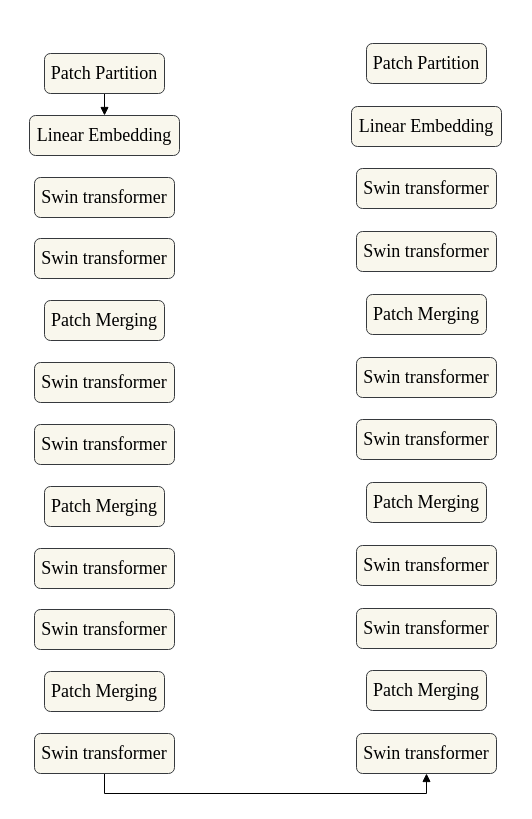
Earlier version of the draw.io diagram Untitled Diagram.drawio (qiuluyi/Remote-sensing). Source tidied: cells renumbered, new cells numbered last; positions are measured from the earlier drawing's top-left corner, leaving out a move shared by most shapes. Both pictures are drawn from the tidied source at 100%, with x=0, y=0 at pixel (29, 43).
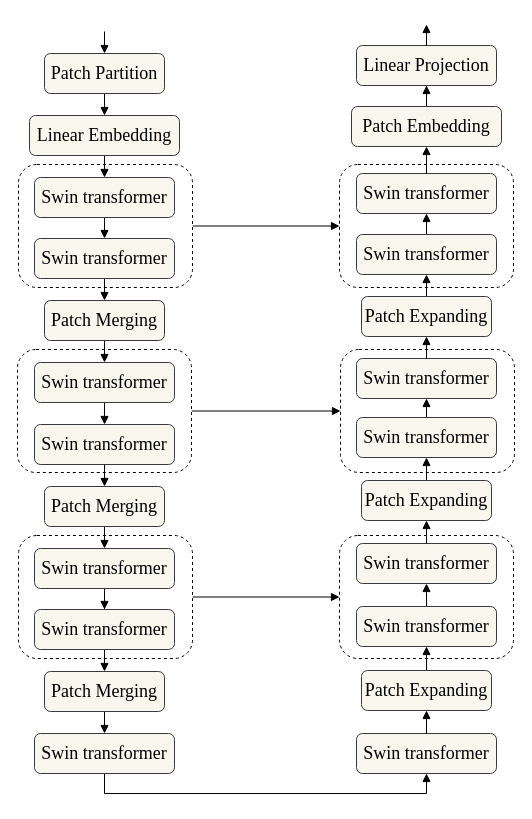
The same page after the edit.

Unchanged cells that the change refers to:
```xml
<mxCell id="2" value="&lt;font size=&quot;1&quot; style=&quot;&quot; face=&quot;Times New Roman&quot;&gt;&lt;span style=&quot;font-size: 18px;&quot;&gt;Swin transformer&lt;/span&gt;&lt;/font&gt;" style="rounded=1;whiteSpace=wrap;html=1;fillColor=#f9f7ed;strokeColor=#36393d;" parent="1" vertex="1">
  <mxGeometry x="5" y="134" width="140" height="40" as="geometry" />
</mxCell>
<mxCell id="5" value="&lt;font face=&quot;Times New Roman&quot;&gt;&lt;span style=&quot;font-size: 18px;&quot;&gt;Linear Embedding&lt;/span&gt;&lt;/font&gt;" style="rounded=1;whiteSpace=wrap;html=1;fillColor=#f9f7ed;strokeColor=#36393d;" parent="1" vertex="1">
  <mxGeometry y="72" width="150" height="40" as="geometry" />
</mxCell>
<mxCell id="6" value="&lt;font size=&quot;1&quot; style=&quot;&quot; face=&quot;Times New Roman&quot;&gt;&lt;span style=&quot;font-size: 18px;&quot;&gt;Swin transformer&lt;/span&gt;&lt;/font&gt;" style="rounded=1;whiteSpace=wrap;html=1;fillColor=#f9f7ed;strokeColor=#36393d;" parent="1" vertex="1">
  <mxGeometry x="5" y="195" width="140" height="40" as="geometry" />
</mxCell>
<mxCell id="7" value="&lt;font size=&quot;1&quot; style=&quot;&quot; face=&quot;Times New Roman&quot;&gt;&lt;span style=&quot;font-size: 18px;&quot;&gt;Swin transformer&lt;/span&gt;&lt;/font&gt;" style="rounded=1;whiteSpace=wrap;html=1;fillColor=#f9f7ed;strokeColor=#36393d;" parent="1" vertex="1">
  <mxGeometry x="5" y="319" width="140" height="40" as="geometry" />
</mxCell>
<mxCell id="8" value="&lt;font size=&quot;1&quot; style=&quot;&quot; face=&quot;Times New Roman&quot;&gt;&lt;span style=&quot;font-size: 18px;&quot;&gt;Swin transformer&lt;/span&gt;&lt;/font&gt;" style="rounded=1;whiteSpace=wrap;html=1;fillColor=#f9f7ed;strokeColor=#36393d;" parent="1" vertex="1">
  <mxGeometry x="5" y="381" width="140" height="40" as="geometry" />
</mxCell>
<mxCell id="9" value="&lt;font size=&quot;1&quot; style=&quot;&quot; face=&quot;Times New Roman&quot;&gt;&lt;span style=&quot;font-size: 18px;&quot;&gt;Swin transformer&lt;/span&gt;&lt;/font&gt;" style="rounded=1;whiteSpace=wrap;html=1;fillColor=#f9f7ed;strokeColor=#36393d;" parent="1" vertex="1">
  <mxGeometry x="5" y="505" width="140" height="40" as="geometry" />
</mxCell>
<mxCell id="10" value="&lt;font size=&quot;1&quot; style=&quot;&quot; face=&quot;Times New Roman&quot;&gt;&lt;span style=&quot;font-size: 18px;&quot;&gt;Swin transformer&lt;/span&gt;&lt;/font&gt;" style="rounded=1;whiteSpace=wrap;html=1;fillColor=#f9f7ed;strokeColor=#36393d;" parent="1" vertex="1">
  <mxGeometry x="5" y="566" width="140" height="40" as="geometry" />
</mxCell>
<mxCell id="11" value="&lt;font face=&quot;Times New Roman&quot;&gt;&lt;span style=&quot;font-size: 18px;&quot;&gt;Patch Merging&lt;/span&gt;&lt;/font&gt;" style="rounded=1;whiteSpace=wrap;html=1;fillColor=#f9f7ed;strokeColor=#36393d;" parent="1" vertex="1">
  <mxGeometry x="15" y="257" width="120" height="40" as="geometry" />
</mxCell>
<mxCell id="12" value="&lt;font face=&quot;Times New Roman&quot;&gt;&lt;span style=&quot;font-size: 18px;&quot;&gt;Patch Merging&lt;/span&gt;&lt;/font&gt;" style="rounded=1;whiteSpace=wrap;html=1;fillColor=#f9f7ed;strokeColor=#36393d;" parent="1" vertex="1">
  <mxGeometry x="15" y="443" width="120" height="40" as="geometry" />
</mxCell>
<mxCell id="13" value="&lt;font face=&quot;Times New Roman&quot;&gt;&lt;span style=&quot;font-size: 18px;&quot;&gt;Patch Merging&lt;/span&gt;&lt;/font&gt;" style="rounded=1;whiteSpace=wrap;html=1;fillColor=#f9f7ed;strokeColor=#36393d;" parent="1" vertex="1">
  <mxGeometry x="15" y="628" width="120" height="40" as="geometry" />
</mxCell>
<mxCell id="15" value="&lt;font size=&quot;1&quot; style=&quot;&quot; face=&quot;Times New Roman&quot;&gt;&lt;span style=&quot;font-size: 18px;&quot;&gt;Swin transformer&lt;/span&gt;&lt;/font&gt;" style="rounded=1;whiteSpace=wrap;html=1;fillColor=#f9f7ed;strokeColor=#36393d;" parent="1" vertex="1">
  <mxGeometry x="5" y="690" width="140" height="40" as="geometry" />
</mxCell>
<mxCell id="16" value="&lt;font size=&quot;1&quot; style=&quot;&quot; face=&quot;Times New Roman&quot;&gt;&lt;span style=&quot;font-size: 18px;&quot;&gt;Swin transformer&lt;/span&gt;&lt;/font&gt;" style="rounded=1;whiteSpace=wrap;html=1;fillColor=#f9f7ed;strokeColor=#36393d;" parent="1" vertex="1">
  <mxGeometry x="327" y="690" width="140" height="40" as="geometry" />
</mxCell>
```

The edit, as a diff of the source:
```diff
@@
+    <mxCell id="28" style="rounded=1;whiteSpace=wrap;html=1;fontFamily=Times New Roman;fontSize=18;dashed=1;" parent="1" vertex="1">
+      <mxGeometry x="310" y="121" width="174" height="123" as="geometry" />
+    </mxCell>
+    <mxCell id="29" style="edgeStyle=orthogonalEdgeStyle;rounded=0;jettySize=auto;html=1;exitX=0;exitY=0.5;exitDx=0;exitDy=0;entryX=1;entryY=0.5;entryDx=0;entryDy=0;fontFamily=Times New Roman;fontSize=18;startArrow=block;startFill=1;endArrow=none;endFill=0;" parent="1" edge="1" source="30" target="34">
+      <mxGeometry relative="1" as="geometry" />
+    </mxCell>
+    <mxCell id="30" style="rounded=1;whiteSpace=wrap;html=1;fontFamily=Times New Roman;fontSize=18;dashed=1;" parent="1" vertex="1">
+      <mxGeometry x="311" y="306" width="174" height="123" as="geometry" />
+    </mxCell>
+    <mxCell id="31" style="edgeStyle=orthogonalEdgeStyle;rounded=0;jettySize=auto;html=1;exitX=0;exitY=0.5;exitDx=0;exitDy=0;fontFamily=Times New Roman;fontSize=18;startArrow=block;startFill=1;endArrow=none;endFill=0;" parent="1" edge="1" source="32" target="33">
+      <mxGeometry relative="1" as="geometry" />
+    </mxCell>
+    <mxCell id="32" style="rounded=1;whiteSpace=wrap;html=1;fontFamily=Times New Roman;fontSize=18;dashed=1;" parent="1" vertex="1">
+      <mxGeometry x="310" y="492" width="174" height="123" as="geometry" />
+    </mxCell>
+    <mxCell id="33" style="rounded=1;whiteSpace=wrap;html=1;fontFamily=Times New Roman;fontSize=18;dashed=1;" parent="1" vertex="1">
+      <mxGeometry x="-11" y="492" width="174" height="123" as="geometry" />
+    </mxCell>
+    <mxCell id="34" style="rounded=1;whiteSpace=wrap;html=1;fontFamily=Times New Roman;fontSize=18;dashed=1;" parent="1" vertex="1">
+      <mxGeometry x="-12" y="306" width="174" height="123" as="geometry" />
+    </mxCell>
+    <mxCell id="35" style="edgeStyle=orthogonalEdgeStyle;rounded=0;jettySize=auto;html=1;exitX=1;exitY=0.5;exitDx=0;exitDy=0;entryX=0;entryY=0.5;entryDx=0;entryDy=0;fontFamily=Times New Roman;fontSize=18;startArrow=none;startFill=0;endArrow=block;endFill=1;" parent="1" edge="1" source="36" target="28">
+      <mxGeometry relative="1" as="geometry" />
+    </mxCell>
+    <mxCell id="36" style="rounded=1;whiteSpace=wrap;html=1;fontFamily=Times New Roman;fontSize=18;dashed=1;" parent="1" vertex="1">
+      <mxGeometry x="-11" y="121" width="174" height="123" as="geometry" />
+    </mxCell>
+    <mxCell id="37" style="edgeStyle=orthogonalEdgeStyle;rounded=0;jettySize=auto;html=1;exitX=0.5;exitY=1;exitDx=0;exitDy=0;entryX=0.5;entryY=0;entryDx=0;entryDy=0;fontFamily=Times New Roman;fontSize=18;endArrow=block;endFill=1;" parent="1" edge="1" source="2" target="6">
+      <mxGeometry relative="1" as="geometry" />
+    </mxCell>
@@
+    <mxCell id="38" style="edgeStyle=orthogonalEdgeStyle;rounded=0;jettySize=auto;html=1;exitX=0.5;exitY=1;exitDx=0;exitDy=0;fontFamily=Times New Roman;fontSize=18;endArrow=block;endFill=1;" parent="1" edge="1" source="5" target="2">
+      <mxGeometry relative="1" as="geometry" />
+    </mxCell>
@@
+    <mxCell id="39" style="edgeStyle=orthogonalEdgeStyle;rounded=0;jettySize=auto;html=1;exitX=0.5;exitY=1;exitDx=0;exitDy=0;entryX=0.5;entryY=0;entryDx=0;entryDy=0;fontFamily=Times New Roman;fontSize=18;endArrow=block;endFill=1;" parent="1" edge="1" source="6" target="11">
+      <mxGeometry relative="1" as="geometry" />
+    </mxCell>
@@
+    <mxCell id="40" style="edgeStyle=orthogonalEdgeStyle;rounded=0;jettySize=auto;html=1;exitX=0.5;exitY=1;exitDx=0;exitDy=0;fontFamily=Times New Roman;fontSize=18;endArrow=block;endFill=1;" parent="1" edge="1" source="7" target="8">
+      <mxGeometry relative="1" as="geometry" />
+    </mxCell>
@@
+    <mxCell id="41" style="edgeStyle=orthogonalEdgeStyle;rounded=0;jettySize=auto;html=1;exitX=0.5;exitY=1;exitDx=0;exitDy=0;entryX=0.5;entryY=0;entryDx=0;entryDy=0;fontFamily=Times New Roman;fontSize=18;endArrow=block;endFill=1;" parent="1" edge="1" source="8" target="12">
+      <mxGeometry relative="1" as="geometry" />
+    </mxCell>
@@
+    <mxCell id="42" style="edgeStyle=orthogonalEdgeStyle;rounded=0;jettySize=auto;html=1;exitX=0.5;exitY=1;exitDx=0;exitDy=0;fontFamily=Times New Roman;fontSize=18;endArrow=block;endFill=1;" parent="1" edge="1" source="9" target="10">
+      <mxGeometry relative="1" as="geometry" />
+    </mxCell>
@@
+    <mxCell id="43" style="edgeStyle=orthogonalEdgeStyle;rounded=0;jettySize=auto;html=1;exitX=0.5;exitY=1;exitDx=0;exitDy=0;fontFamily=Times New Roman;fontSize=18;endArrow=block;endFill=1;" parent="1" edge="1" source="10" target="13">
+      <mxGeometry relative="1" as="geometry" />
+    </mxCell>
@@
+    <mxCell id="44" style="edgeStyle=orthogonalEdgeStyle;rounded=0;jettySize=auto;html=1;exitX=0.5;exitY=1;exitDx=0;exitDy=0;fontFamily=Times New Roman;fontSize=18;endArrow=block;endFill=1;" parent="1" edge="1" source="11" target="7">
+      <mxGeometry relative="1" as="geometry" />
+    </mxCell>
@@
+    <mxCell id="45" style="edgeStyle=orthogonalEdgeStyle;rounded=0;jettySize=auto;html=1;exitX=0.5;exitY=1;exitDx=0;exitDy=0;entryX=0.5;entryY=0;entryDx=0;entryDy=0;fontFamily=Times New Roman;fontSize=18;endArrow=block;endFill=1;" parent="1" edge="1" source="12" target="9">
+      <mxGeometry relative="1" as="geometry" />
+    </mxCell>
@@
+    <mxCell id="46" style="edgeStyle=orthogonalEdgeStyle;rounded=0;jettySize=auto;html=1;exitX=0.5;exitY=1;exitDx=0;exitDy=0;fontFamily=Times New Roman;fontSize=18;endArrow=block;endFill=1;" parent="1" edge="1" source="13" target="15">
+      <mxGeometry relative="1" as="geometry" />
+    </mxCell>
@@
+    <mxCell id="47" style="edgeStyle=orthogonalEdgeStyle;rounded=0;jettySize=auto;html=1;exitX=0.5;exitY=1;exitDx=0;exitDy=0;entryX=0.5;entryY=0;entryDx=0;entryDy=0;fontFamily=Times New Roman;fontSize=18;endArrow=none;endFill=0;startArrow=block;startFill=1;" parent="1" edge="1" source="17" target="20">
+      <mxGeometry relative="1" as="geometry" />
+    </mxCell>
     <mxCell id="17" value="&lt;font size=&quot;1&quot; style=&quot;&quot; face=&quot;Times New Roman&quot;&gt;&lt;span style=&quot;font-size: 18px;&quot;&gt;Swin transformer&lt;/span&gt;&lt;/font&gt;" style="rounded=1;whiteSpace=wrap;html=1;fillColor=#f9f7ed;strokeColor=#36393d;" parent="1" vertex="1">
-      <mxGeometry x="327" y="125" width="140" height="40" as="geometry" />
+      <mxGeometry x="327" y="130" width="140" height="40" as="geometry" />
     </mxCell>
-    <mxCell id="18" value="&lt;font face=&quot;Times New Roman&quot;&gt;&lt;span style=&quot;font-size: 18px;&quot;&gt;Patch Partition&lt;/span&gt;&lt;/font&gt;" style="rounded=1;whiteSpace=wrap;html=1;fillColor=#f9f7ed;strokeColor=#36393d;" parent="1" vertex="1">
-      <mxGeometry x="337" width="120" height="40" as="geometry" />
+    <mxCell id="18" value="&lt;font face=&quot;Times New Roman&quot;&gt;&lt;span style=&quot;font-size: 18px;&quot;&gt;Linear Projection&lt;/span&gt;&lt;/font&gt;" style="rounded=1;whiteSpace=wrap;html=1;fillColor=#f9f7ed;strokeColor=#36393d;" parent="1" vertex="1">
+      <mxGeometry x="327" y="2" width="140" height="40" as="geometry" />
     </mxCell>
+    <mxCell id="48" style="edgeStyle=orthogonalEdgeStyle;rounded=0;jettySize=auto;html=1;exitX=0.5;exitY=1;exitDx=0;exitDy=0;entryX=0.5;entryY=0;entryDx=0;entryDy=0;fontFamily=Times New Roman;fontSize=18;endArrow=none;endFill=0;startArrow=block;startFill=1;" parent="1" edge="1" source="19" target="17">
+      <mxGeometry relative="1" as="geometry" />
+    </mxCell>
+    <mxCell id="49" style="edgeStyle=orthogonalEdgeStyle;rounded=0;jettySize=auto;html=1;fontFamily=Times New Roman;fontSize=18;startArrow=none;startFill=0;endArrow=block;endFill=1;entryX=0.5;entryY=1;entryDx=0;entryDy=0;" parent="1" edge="1" source="19" target="18">
+      <mxGeometry relative="1" as="geometry" />
+    </mxCell>
-    <mxCell id="19" value="&lt;font face=&quot;Times New Roman&quot;&gt;&lt;span style=&quot;font-size: 18px;&quot;&gt;Linear Embedding&lt;/span&gt;&lt;/font&gt;" style="rounded=1;whiteSpace=wrap;html=1;fillColor=#f9f7ed;strokeColor=#36393d;" parent="1" vertex="1">
+    <mxCell id="19" value="&lt;font face=&quot;Times New Roman&quot;&gt;&lt;span style=&quot;font-size: 18px;&quot;&gt;Patch Embedding&lt;/span&gt;&lt;/font&gt;" style="rounded=1;whiteSpace=wrap;html=1;fillColor=#f9f7ed;strokeColor=#36393d;" parent="1" vertex="1">
       <mxGeometry x="322" y="63" width="150" height="40" as="geometry" />
     </mxCell>
     <mxCell id="20" value="&lt;font size=&quot;1&quot; style=&quot;&quot; face=&quot;Times New Roman&quot;&gt;&lt;span style=&quot;font-size: 18px;&quot;&gt;Swin transformer&lt;/span&gt;&lt;/font&gt;" style="rounded=1;whiteSpace=wrap;html=1;fillColor=#f9f7ed;strokeColor=#36393d;" parent="1" vertex="1">
-      <mxGeometry x="327" y="188" width="140" height="40" as="geometry" />
+      <mxGeometry x="327" y="191" width="140" height="40" as="geometry" />
     </mxCell>
+    <mxCell id="50" style="edgeStyle=orthogonalEdgeStyle;rounded=0;jettySize=auto;html=1;exitX=0.5;exitY=1;exitDx=0;exitDy=0;entryX=0.5;entryY=0;entryDx=0;entryDy=0;fontFamily=Times New Roman;fontSize=18;endArrow=none;endFill=0;startArrow=block;startFill=1;" parent="1" edge="1" source="21" target="22">
+      <mxGeometry relative="1" as="geometry" />
+    </mxCell>
     <mxCell id="21" value="&lt;font size=&quot;1&quot; style=&quot;&quot; face=&quot;Times New Roman&quot;&gt;&lt;span style=&quot;font-size: 18px;&quot;&gt;Swin transformer&lt;/span&gt;&lt;/font&gt;" style="rounded=1;whiteSpace=wrap;html=1;fillColor=#f9f7ed;strokeColor=#36393d;" parent="1" vertex="1">
-      <mxGeometry x="327" y="314" width="140" height="40" as="geometry" />
+      <mxGeometry x="327" y="315" width="140" height="40" as="geometry" />
     </mxCell>
+    <mxCell id="51" style="edgeStyle=orthogonalEdgeStyle;rounded=0;jettySize=auto;html=1;exitX=0.5;exitY=1;exitDx=0;exitDy=0;entryX=0.5;entryY=0;entryDx=0;entryDy=0;fontFamily=Times New Roman;fontSize=18;endArrow=none;endFill=0;startArrow=block;startFill=1;" parent="1" edge="1" source="22" target="26">
+      <mxGeometry relative="1" as="geometry" />
+    </mxCell>
     <mxCell id="22" value="&lt;font size=&quot;1&quot; style=&quot;&quot; face=&quot;Times New Roman&quot;&gt;&lt;span style=&quot;font-size: 18px;&quot;&gt;Swin transformer&lt;/span&gt;&lt;/font&gt;" style="rounded=1;whiteSpace=wrap;html=1;fillColor=#f9f7ed;strokeColor=#36393d;" parent="1" vertex="1">
-      <mxGeometry x="327" y="376" width="140" height="40" as="geometry" />
+      <mxGeometry x="327" y="374" width="140" height="40" as="geometry" />
     </mxCell>
+    <mxCell id="52" style="edgeStyle=orthogonalEdgeStyle;rounded=0;jettySize=auto;html=1;exitX=0.5;exitY=1;exitDx=0;exitDy=0;entryX=0.5;entryY=0;entryDx=0;entryDy=0;fontFamily=Times New Roman;fontSize=18;endArrow=none;endFill=0;startArrow=block;startFill=1;" parent="1" edge="1" source="23" target="24">
+      <mxGeometry relative="1" as="geometry" />
+    </mxCell>
     <mxCell id="23" value="&lt;font size=&quot;1&quot; style=&quot;&quot; face=&quot;Times New Roman&quot;&gt;&lt;span style=&quot;font-size: 18px;&quot;&gt;Swin transformer&lt;/span&gt;&lt;/font&gt;" style="rounded=1;whiteSpace=wrap;html=1;fillColor=#f9f7ed;strokeColor=#36393d;" parent="1" vertex="1">
-      <mxGeometry x="327" y="502" width="140" height="40" as="geometry" />
+      <mxGeometry x="327" y="500" width="140" height="40" as="geometry" />
     </mxCell>
+    <mxCell id="53" style="edgeStyle=orthogonalEdgeStyle;rounded=0;jettySize=auto;html=1;exitX=0.5;exitY=1;exitDx=0;exitDy=0;entryX=0.5;entryY=0;entryDx=0;entryDy=0;fontFamily=Times New Roman;fontSize=18;endArrow=none;endFill=0;startArrow=block;startFill=1;" parent="1" edge="1" source="24" target="27">
+      <mxGeometry relative="1" as="geometry" />
+    </mxCell>
     <mxCell id="24" value="&lt;font size=&quot;1&quot; style=&quot;&quot; face=&quot;Times New Roman&quot;&gt;&lt;span style=&quot;font-size: 18px;&quot;&gt;Swin transformer&lt;/span&gt;&lt;/font&gt;" style="rounded=1;whiteSpace=wrap;html=1;fillColor=#f9f7ed;strokeColor=#36393d;" parent="1" vertex="1">
-      <mxGeometry x="327" y="565" width="140" height="40" as="geometry" />
+      <mxGeometry x="327" y="563" width="140" height="40" as="geometry" />
     </mxCell>
+    <mxCell id="54" style="edgeStyle=orthogonalEdgeStyle;rounded=0;jettySize=auto;html=1;exitX=0.5;exitY=1;exitDx=0;exitDy=0;entryX=0.5;entryY=0;entryDx=0;entryDy=0;fontFamily=Times New Roman;fontSize=18;endArrow=none;endFill=0;startArrow=block;startFill=1;" parent="1" edge="1" source="25" target="21">
+      <mxGeometry relative="1" as="geometry" />
+    </mxCell>
+    <mxCell id="55" style="edgeStyle=orthogonalEdgeStyle;rounded=0;jettySize=auto;html=1;fontFamily=Times New Roman;fontSize=18;startArrow=none;startFill=0;endArrow=block;endFill=1;" parent="1" edge="1" source="25" target="20">
+      <mxGeometry relative="1" as="geometry" />
+    </mxCell>
-    <mxCell id="25" value="&lt;font face=&quot;Times New Roman&quot;&gt;&lt;span style=&quot;font-size: 18px;&quot;&gt;Patch Merging&lt;/span&gt;&lt;/font&gt;" style="rounded=1;whiteSpace=wrap;html=1;fillColor=#f9f7ed;strokeColor=#36393d;" parent="1" vertex="1">
-      <mxGeometry x="337" y="251" width="120" height="40" as="geometry" />
+    <mxCell id="25" value="&lt;font face=&quot;Times New Roman&quot;&gt;&lt;span style=&quot;font-size: 18px;&quot;&gt;Patch Expanding&lt;/span&gt;&lt;/font&gt;" style="rounded=1;whiteSpace=wrap;html=1;fillColor=#f9f7ed;strokeColor=#36393d;" parent="1" vertex="1">
+      <mxGeometry x="332" y="253" width="130" height="40" as="geometry" />
     </mxCell>
+    <mxCell id="56" style="edgeStyle=orthogonalEdgeStyle;rounded=0;jettySize=auto;html=1;exitX=0.5;exitY=1;exitDx=0;exitDy=0;entryX=0.5;entryY=0;entryDx=0;entryDy=0;fontFamily=Times New Roman;fontSize=18;endArrow=none;endFill=0;startArrow=block;startFill=1;" parent="1" edge="1" source="26" target="23">
+      <mxGeometry relative="1" as="geometry" />
+    </mxCell>
-    <mxCell id="26" value="&lt;font face=&quot;Times New Roman&quot;&gt;&lt;span style=&quot;font-size: 18px;&quot;&gt;Patch Merging&lt;/span&gt;&lt;/font&gt;" style="rounded=1;whiteSpace=wrap;html=1;fillColor=#f9f7ed;strokeColor=#36393d;" parent="1" vertex="1">
-      <mxGeometry x="337" y="439" width="120" height="40" as="geometry" />
+    <mxCell id="26" value="&lt;span style=&quot;font-family: &amp;quot;Times New Roman&amp;quot;; font-size: 18px;&quot;&gt;Patch Expanding&lt;/span&gt;" style="rounded=1;whiteSpace=wrap;html=1;fillColor=#f9f7ed;strokeColor=#36393d;" parent="1" vertex="1">
+      <mxGeometry x="332" y="437" width="130" height="40" as="geometry" />
     </mxCell>
+    <mxCell id="57" style="edgeStyle=orthogonalEdgeStyle;rounded=0;jettySize=auto;html=1;exitX=0.5;exitY=1;exitDx=0;exitDy=0;entryX=0.5;entryY=0;entryDx=0;entryDy=0;fontFamily=Times New Roman;fontSize=18;endArrow=none;endFill=0;startArrow=block;startFill=1;" parent="1" edge="1" source="27" target="16">
+      <mxGeometry relative="1" as="geometry" />
+    </mxCell>
-    <mxCell id="27" value="&lt;font face=&quot;Times New Roman&quot;&gt;&lt;span style=&quot;font-size: 18px;&quot;&gt;Patch Merging&lt;/span&gt;&lt;/font&gt;" style="rounded=1;whiteSpace=wrap;html=1;fillColor=#f9f7ed;strokeColor=#36393d;" parent="1" vertex="1">
-      <mxGeometry x="337" y="627" width="120" height="40" as="geometry" />
+    <mxCell id="27" value="&lt;span style=&quot;font-family: &amp;quot;Times New Roman&amp;quot;; font-size: 18px;&quot;&gt;Patch Expanding&lt;/span&gt;" style="rounded=1;whiteSpace=wrap;html=1;fillColor=#f9f7ed;strokeColor=#36393d;" parent="1" vertex="1">
+      <mxGeometry x="332" y="627" width="130" height="40" as="geometry" />
     </mxCell>
+    <mxCell id="58" style="edgeStyle=orthogonalEdgeStyle;rounded=0;orthogonalLoop=1;jettySize=auto;html=1;exitX=0.5;exitY=1;exitDx=0;exitDy=0;entryX=0.5;entryY=0;entryDx=0;entryDy=0;fontFamily=Times New Roman;fontSize=18;endArrow=block;endFill=1;" parent="1" edge="1">
+      <mxGeometry relative="1" as="geometry">
+        <mxPoint x="75" y="-12" as="sourcePoint" />
+        <mxPoint x="75" y="10" as="targetPoint" />
+      </mxGeometry>
+    </mxCell>
+    <mxCell id="59" style="edgeStyle=orthogonalEdgeStyle;rounded=0;orthogonalLoop=1;jettySize=auto;html=1;fontFamily=Times New Roman;fontSize=18;startArrow=none;startFill=0;endArrow=block;endFill=1;entryX=0.5;entryY=1;entryDx=0;entryDy=0;" parent="1" edge="1">
+      <mxGeometry relative="1" as="geometry">
+        <mxPoint x="397" y="2" as="sourcePoint" />
+        <mxPoint x="397" y="-19" as="targetPoint" />
+      </mxGeometry>
+    </mxCell>
```
